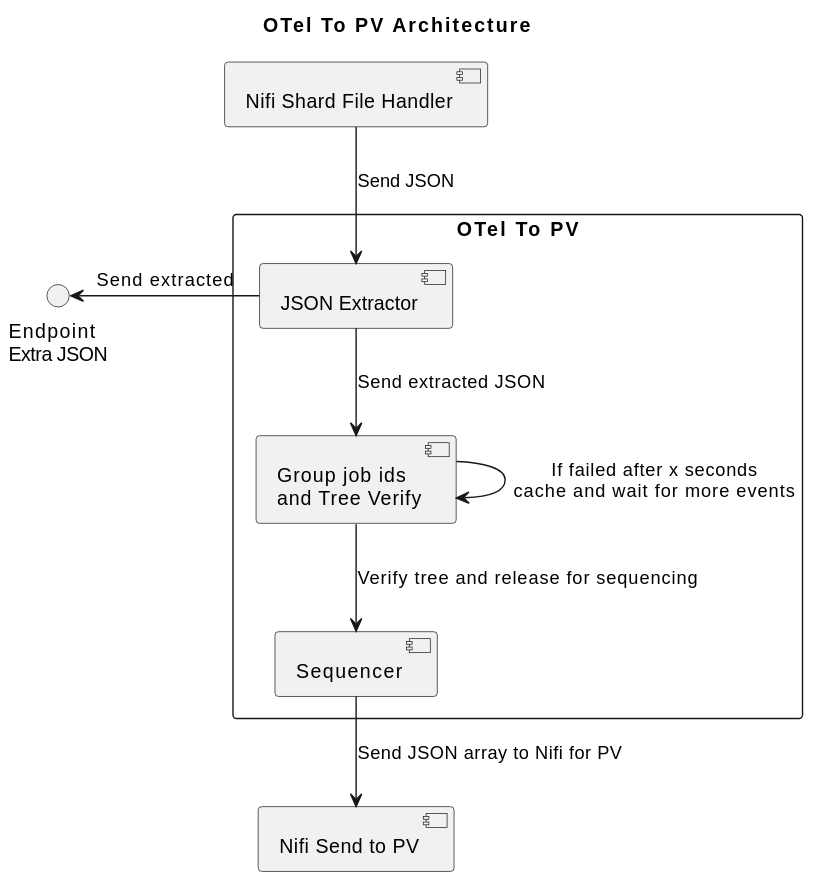
xtuml/otel2pv keeps this PlantUML diagram as docs/design_notes/DN0_OTelToPV_Architecture/overall_arch.svg. Above is the earlier version. The source it was exported from:
```plantuml
@startuml
title OTel To PV Architecture
rectangle "OTel To PV" as Bespoke {
    component "JSON Extractor" as JSONExtractor
    component "Sequencer" as Sequencer
    component "Group job ids\nand Tree Verify" as TreeVerify
}
interface "Endpoint\nExtra JSON" as EndpointExtraJSON
component "Nifi Shard File Handler" as NifiShardFileHandler
component "Nifi Send to PV" as NifiSendToPV

NifiShardFileHandler --> JSONExtractor : Send JSON
JSONExtractor --> TreeVerify : Send extracted JSON
JSONExtractor -left-> EndpointExtraJSON : Send extracted
TreeVerify --> Sequencer : Verify tree and release for sequencing
TreeVerify --> TreeVerify : If failed after x seconds\ncache and wait for more events
Sequencer --> NifiSendToPV : Send JSON array to Nifi for PV
@enduml
```
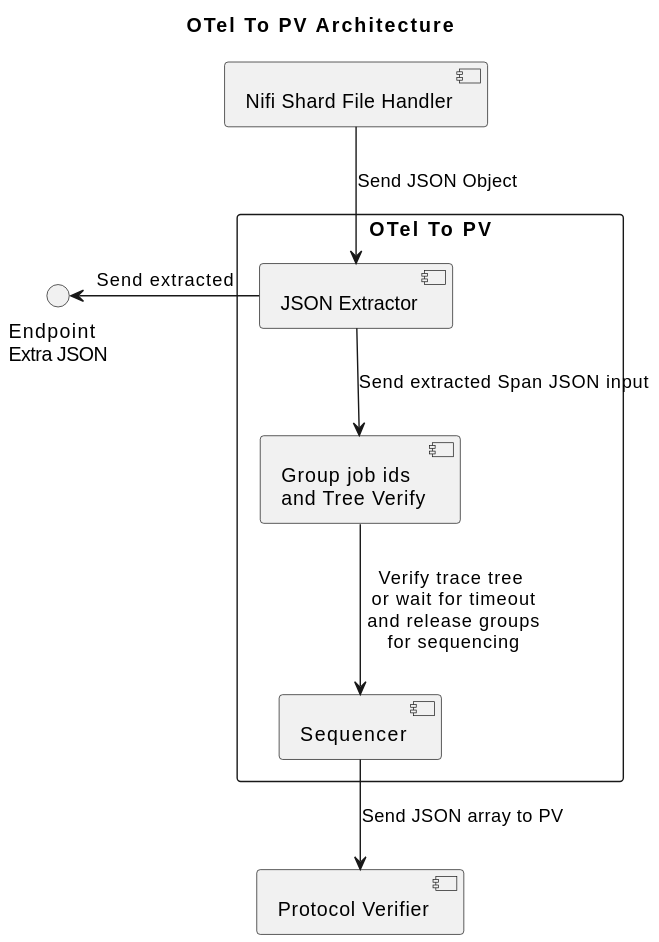
Above is the later version.

Diff of the diagram source:
```diff
@@ -7,12 +7,11 @@
 }
 interface "Endpoint\nExtra JSON" as EndpointExtraJSON
 component "Nifi Shard File Handler" as NifiShardFileHandler
-component "Nifi Send to PV" as NifiSendToPV
+component "Protocol Verifier" as NifiSendToPV
 
-NifiShardFileHandler --> JSONExtractor : Send JSON
-JSONExtractor --> TreeVerify : Send extracted JSON
+NifiShardFileHandler --> JSONExtractor : Send JSON Object
+JSONExtractor --> TreeVerify : Send extracted Span JSON input
 JSONExtractor -left-> EndpointExtraJSON : Send extracted
-TreeVerify --> Sequencer : Verify tree and release for sequencing
-TreeVerify --> TreeVerify : If failed after x seconds\ncache and wait for more events
-Sequencer --> NifiSendToPV : Send JSON array to Nifi for PV
+TreeVerify --> Sequencer : Verify trace tree\n or wait for timeout\n and release groups\n for sequencing
+Sequencer --> NifiSendToPV : Send JSON array to PV
 @enduml
```
